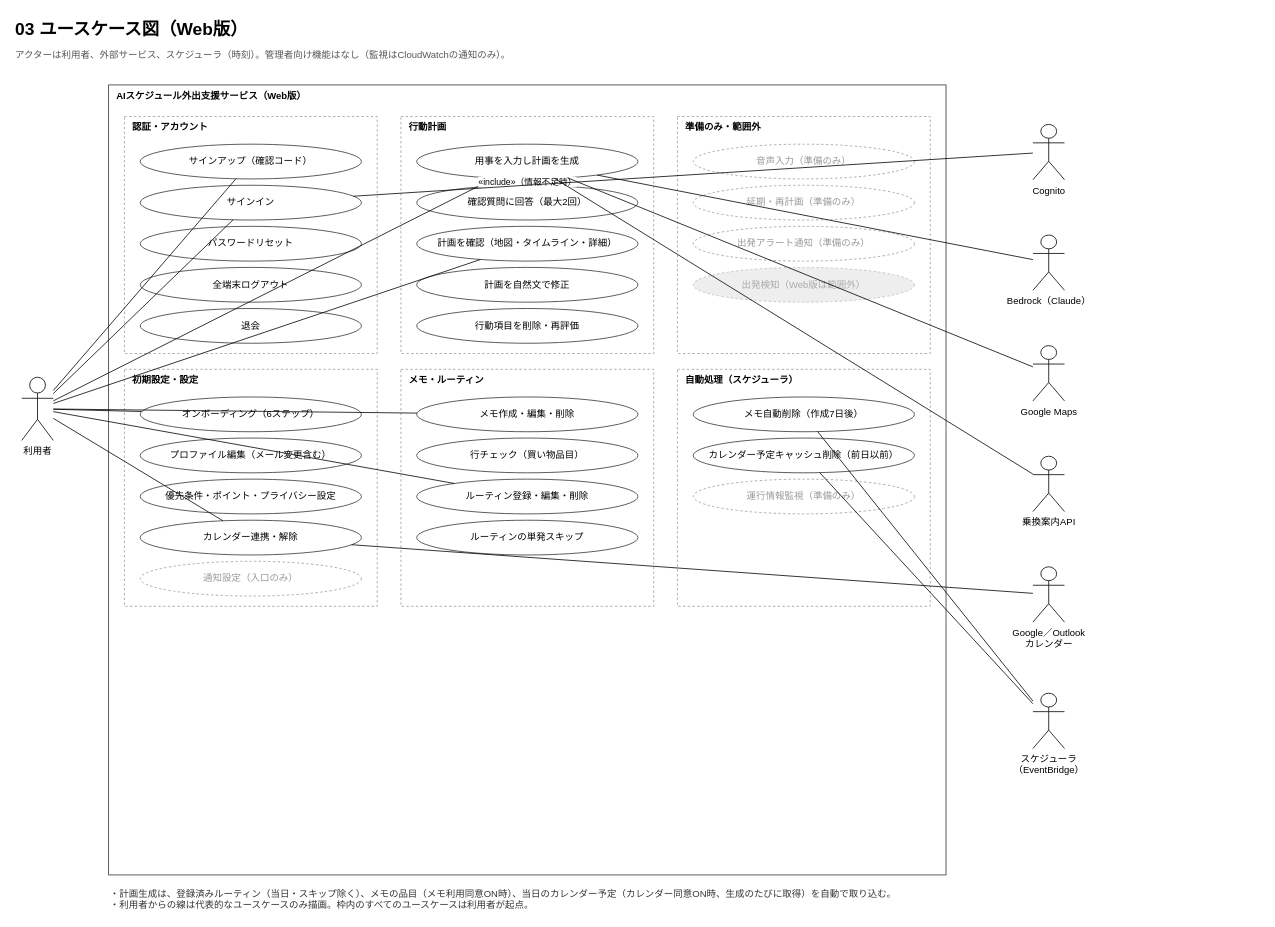
The draw.io diagram page "03_ユースケース図" (4 of 16) of docs/design/詳細設計書.drawio in kawagoe-juku/1day_schedule_app, before the edit. Source tidied: cells renumbered, new cells numbered last; positions are measured from the earlier drawing's top-left corner, leaving out a move shared by most shapes. Both pictures are drawn from the tidied source at 79%, with x=0, y=0 at pixel (13, 13).
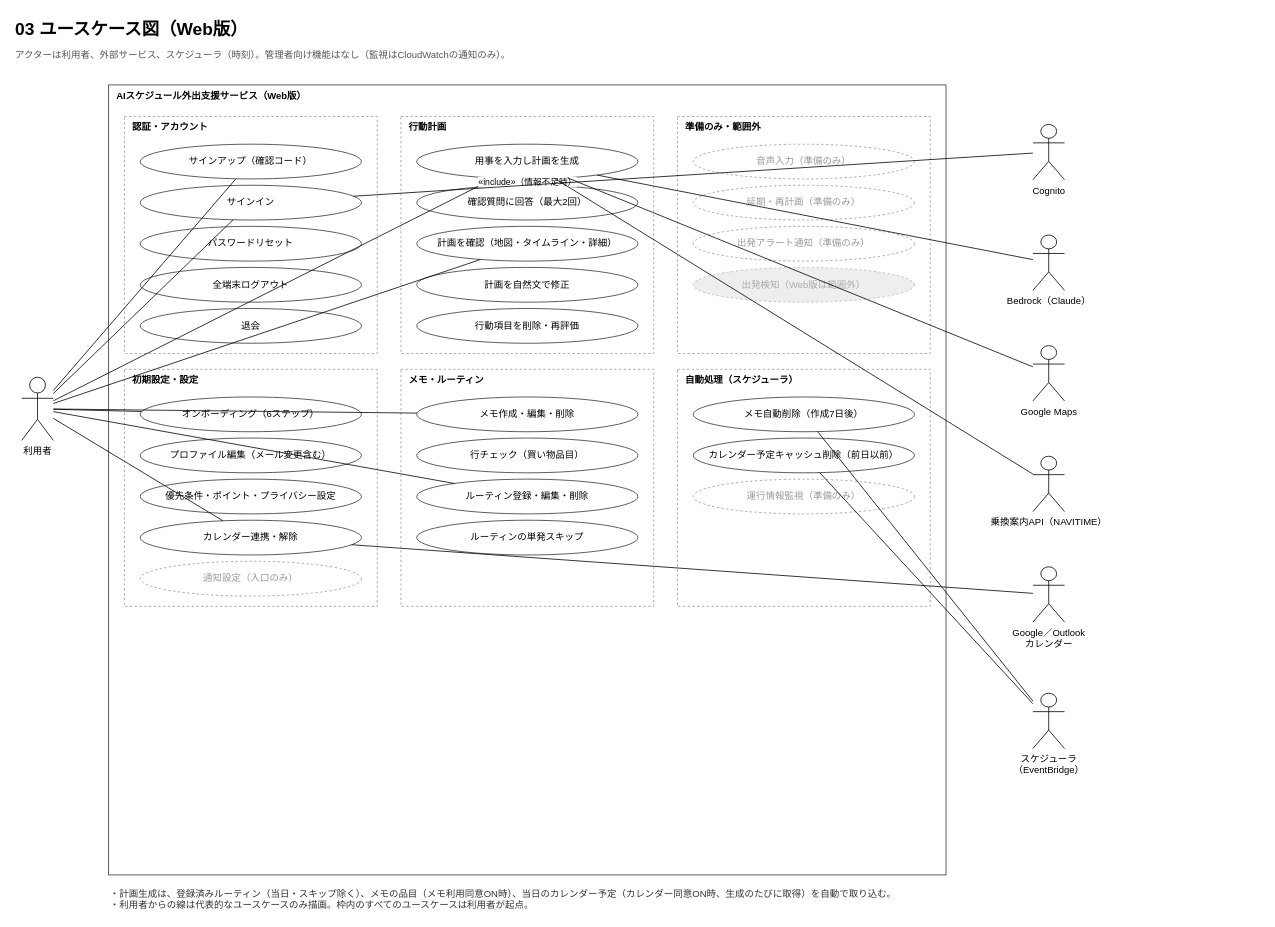
After the change.

Commit message (it also covers changes not shown here):
docs: 詳細設計書の乗換 API を NAVITIME に、Google API を正式名称に変更

1.9 の技術検証で NAVITIME Route(totalnavi) を採用したため

Claude-Session: https://claude.ai/code/session_01TgDRwLowE6VFxbozXLZK98

Diff of the diagram source:
```diff
@@
-    <mxCell id="50" value="乗換案内API" style="shape=umlActor;verticalLabelPosition=bottom;verticalAlign=top;html=1;outlineConnect=0;" parent="1" vertex="1">
+    <mxCell id="50" value="乗換案内API（NAVITIME）" style="shape=umlActor;verticalLabelPosition=bottom;verticalAlign=top;html=1;outlineConnect=0;" parent="1" vertex="1">
       <mxGeometry x="1290" y="560" width="40" height="70" as="geometry" />
     </mxCell>
```
